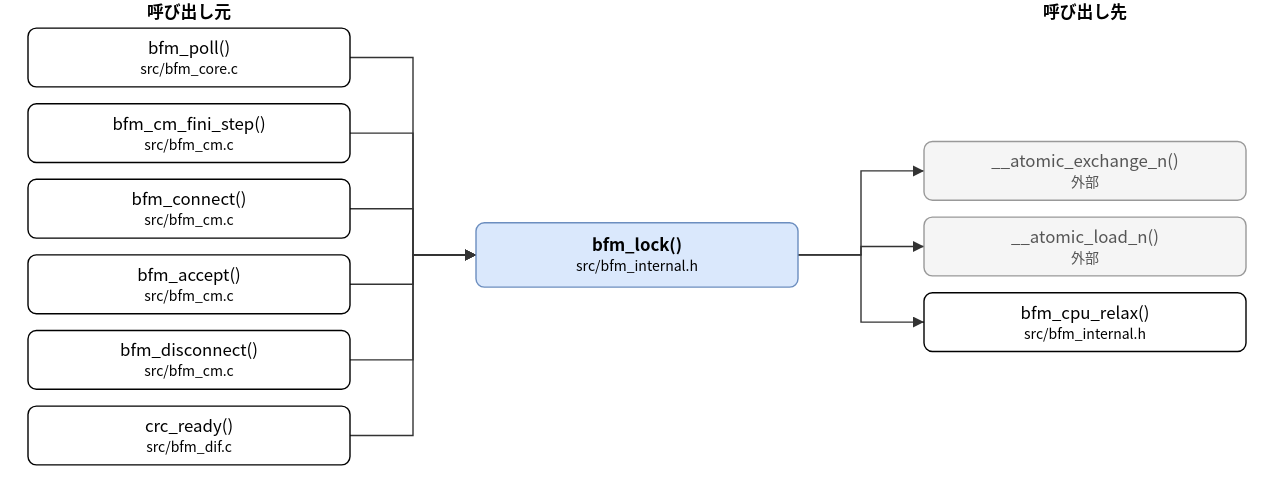
hf355051012-ai/bfmem keeps this draw.io diagram as doc/spec/images/call_src_bfm_internal-bfm_lock.drawio.svg. Above is the earlier version. Source tidied: cells renumbered, new cells last; positions are measured from the earlier drawing's top-left corner, leaving out a move shared by most shapes.
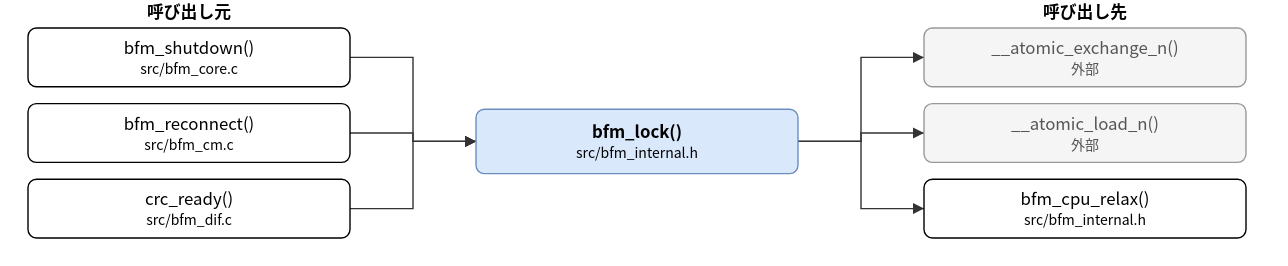
The same diagram one commit later.

Diff of the diagram source:
```diff
@@ -3,40 +3,31 @@
     <mxCell id="0" />
     <mxCell id="1" parent="0" />
     <mxCell id="2" value="bfm_lock()&lt;br&gt;&lt;font style=&quot;font-size:10px&quot;&gt;src/bfm_internal.h&lt;/font&gt;" style="rounded=1;whiteSpace=wrap;html=1;fillColor=#dae8fc;strokeColor=#6c8ebf;fontStyle=1;" parent="1" vertex="1">
-      <mxGeometry x="320" y="159" width="230" height="46" as="geometry" />
+      <mxGeometry x="320" y="78" width="230" height="46" as="geometry" />
     </mxCell>
-    <mxCell id="3" value="bfm_poll()&lt;br&gt;&lt;font style=&quot;font-size:10px&quot;&gt;src/bfm_core.c&lt;/font&gt;" style="rounded=1;whiteSpace=wrap;html=1;" parent="1" vertex="1">
+    <mxCell id="3" value="bfm_shutdown()&lt;br&gt;&lt;font style=&quot;font-size:10px&quot;&gt;src/bfm_core.c&lt;/font&gt;" style="rounded=1;whiteSpace=wrap;html=1;" parent="1" vertex="1">
       <mxGeometry y="20" width="230" height="42" as="geometry" />
     </mxCell>
-    <mxCell id="4" value="bfm_cm_fini_step()&lt;br&gt;&lt;font style=&quot;font-size:10px&quot;&gt;src/bfm_cm.c&lt;/font&gt;" style="rounded=1;whiteSpace=wrap;html=1;" parent="1" vertex="1">
+    <mxCell id="4" value="bfm_reconnect()&lt;br&gt;&lt;font style=&quot;font-size:10px&quot;&gt;src/bfm_cm.c&lt;/font&gt;" style="rounded=1;whiteSpace=wrap;html=1;" parent="1" vertex="1">
       <mxGeometry y="74" width="230" height="42" as="geometry" />
     </mxCell>
-    <mxCell id="5" value="bfm_connect()&lt;br&gt;&lt;font style=&quot;font-size:10px&quot;&gt;src/bfm_cm.c&lt;/font&gt;" style="rounded=1;whiteSpace=wrap;html=1;" parent="1" vertex="1">
+    <mxCell id="5" value="crc_ready()&lt;br&gt;&lt;font style=&quot;font-size:10px&quot;&gt;src/bfm_dif.c&lt;/font&gt;" style="rounded=1;whiteSpace=wrap;html=1;" parent="1" vertex="1">
       <mxGeometry y="128" width="230" height="42" as="geometry" />
     </mxCell>
-    <mxCell id="6" value="bfm_accept()&lt;br&gt;&lt;font style=&quot;font-size:10px&quot;&gt;src/bfm_cm.c&lt;/font&gt;" style="rounded=1;whiteSpace=wrap;html=1;" parent="1" vertex="1">
-      <mxGeometry y="182" width="230" height="42" as="geometry" />
-    </mxCell>
-    <mxCell id="7" value="bfm_disconnect()&lt;br&gt;&lt;font style=&quot;font-size:10px&quot;&gt;src/bfm_cm.c&lt;/font&gt;" style="rounded=1;whiteSpace=wrap;html=1;" parent="1" vertex="1">
-      <mxGeometry y="236" width="230" height="42" as="geometry" />
-    </mxCell>
-    <mxCell id="8" value="crc_ready()&lt;br&gt;&lt;font style=&quot;font-size:10px&quot;&gt;src/bfm_dif.c&lt;/font&gt;" style="rounded=1;whiteSpace=wrap;html=1;" parent="1" vertex="1">
-      <mxGeometry y="290" width="230" height="42" as="geometry" />
-    </mxCell>
     <mxCell id="9" value="__atomic_exchange_n()&lt;br&gt;&lt;font style=&quot;font-size:10px&quot;&gt;外部&lt;/font&gt;" style="rounded=1;whiteSpace=wrap;html=1;fillColor=#f5f5f5;strokeColor=#999999;fontColor=#555555;" parent="1" vertex="1">
-      <mxGeometry x="640" y="101" width="230" height="42" as="geometry" />
+      <mxGeometry x="640" y="20" width="230" height="42" as="geometry" />
     </mxCell>
     <mxCell id="10" value="__atomic_load_n()&lt;br&gt;&lt;font style=&quot;font-size:10px&quot;&gt;外部&lt;/font&gt;" style="rounded=1;whiteSpace=wrap;html=1;fillColor=#f5f5f5;strokeColor=#999999;fontColor=#555555;" parent="1" vertex="1">
-      <mxGeometry x="640" y="155" width="230" height="42" as="geometry" />
+      <mxGeometry x="640" y="74" width="230" height="42" as="geometry" />
     </mxCell>
     <mxCell id="11" value="bfm_cpu_relax()&lt;br&gt;&lt;font style=&quot;font-size:10px&quot;&gt;src/bfm_internal.h&lt;/font&gt;" style="rounded=1;whiteSpace=wrap;html=1;" parent="1" vertex="1">
-      <mxGeometry x="640" y="209" width="230" height="42" as="geometry" />
+      <mxGeometry x="640" y="128" width="230" height="42" as="geometry" />
     </mxCell>
     <mxCell id="12" style="edgeStyle=none;html=1;rounded=0;endArrow=block;endFill=1;exitX=1.0000;exitY=0.5000;exitDx=0;exitDy=0;exitPerimeter=0;entryX=0.0000;entryY=0.5000;entryDx=0;entryDy=0;entryPerimeter=0;" parent="1" edge="1" source="3" target="2">
       <mxGeometry relative="1" as="geometry">
         <Array as="points">
           <mxPoint x="275" y="41" />
-          <mxPoint x="275" y="182" />
+          <mxPoint x="275" y="101" />
         </Array>
       </mxGeometry>
     </mxCell>
@@ -44,7 +35,7 @@
       <mxGeometry relative="1" as="geometry">
         <Array as="points">
           <mxPoint x="275" y="95" />
-          <mxPoint x="275" y="182" />
+          <mxPoint x="275" y="101" />
         </Array>
       </mxGeometry>
     </mxCell>
@@ -52,58 +43,34 @@
       <mxGeometry relative="1" as="geometry">
         <Array as="points">
           <mxPoint x="275" y="149" />
-          <mxPoint x="275" y="182" />
+          <mxPoint x="275" y="101" />
         </Array>
       </mxGeometry>
     </mxCell>
-    <mxCell id="15" style="edgeStyle=none;html=1;rounded=0;endArrow=block;endFill=1;exitX=1.0000;exitY=0.5000;exitDx=0;exitDy=0;exitPerimeter=0;entryX=0.0000;entryY=0.5000;entryDx=0;entryDy=0;entryPerimeter=0;" parent="1" edge="1" source="6" target="2">
+    <mxCell id="15" style="edgeStyle=none;html=1;rounded=0;endArrow=block;endFill=1;exitX=1.0000;exitY=0.5000;exitDx=0;exitDy=0;exitPerimeter=0;entryX=0.0000;entryY=0.5000;entryDx=0;entryDy=0;entryPerimeter=0;" parent="1" edge="1" source="2" target="9">
       <mxGeometry relative="1" as="geometry">
         <Array as="points">
-          <mxPoint x="275" y="203" />
-          <mxPoint x="275" y="182" />
+          <mxPoint x="595" y="101" />
+          <mxPoint x="595" y="41" />
         </Array>
       </mxGeometry>
     </mxCell>
-    <mxCell id="16" style="edgeStyle=none;html=1;rounded=0;endArrow=block;endFill=1;exitX=1.0000;exitY=0.5000;exitDx=0;exitDy=0;exitPerimeter=0;entryX=0.0000;entryY=0.5000;entryDx=0;entryDy=0;entryPerimeter=0;" parent="1" edge="1" source="7" target="2">
+    <mxCell id="16" style="edgeStyle=none;html=1;rounded=0;endArrow=block;endFill=1;exitX=1.0000;exitY=0.5000;exitDx=0;exitDy=0;exitPerimeter=0;entryX=0.0000;entryY=0.5000;entryDx=0;entryDy=0;entryPerimeter=0;" parent="1" edge="1" source="2" target="10">
       <mxGeometry relative="1" as="geometry">
         <Array as="points">
-          <mxPoint x="275" y="257" />
-          <mxPoint x="275" y="182" />
+          <mxPoint x="595" y="101" />
+          <mxPoint x="595" y="95" />
         </Array>
       </mxGeometry>
     </mxCell>
-    <mxCell id="17" style="edgeStyle=none;html=1;rounded=0;endArrow=block;endFill=1;exitX=1.0000;exitY=0.5000;exitDx=0;exitDy=0;exitPerimeter=0;entryX=0.0000;entryY=0.5000;entryDx=0;entryDy=0;entryPerimeter=0;" parent="1" edge="1" source="8" target="2">
+    <mxCell id="17" style="edgeStyle=none;html=1;rounded=0;endArrow=block;endFill=1;exitX=1.0000;exitY=0.5000;exitDx=0;exitDy=0;exitPerimeter=0;entryX=0.0000;entryY=0.5000;entryDx=0;entryDy=0;entryPerimeter=0;" parent="1" edge="1" source="2" target="11">
       <mxGeometry relative="1" as="geometry">
         <Array as="points">
-          <mxPoint x="275" y="311" />
-          <mxPoint x="275" y="182" />
+          <mxPoint x="595" y="101" />
+          <mxPoint x="595" y="149" />
         </Array>
       </mxGeometry>
     </mxCell>
-    <mxCell id="18" style="edgeStyle=none;html=1;rounded=0;endArrow=block;endFill=1;exitX=1.0000;exitY=0.5000;exitDx=0;exitDy=0;exitPerimeter=0;entryX=0.0000;entryY=0.5000;entryDx=0;entryDy=0;entryPerimeter=0;" parent="1" edge="1" source="2" target="9">
-      <mxGeometry relative="1" as="geometry">
-        <Array as="points">
-          <mxPoint x="595" y="182" />
-          <mxPoint x="595" y="122" />
-        </Array>
-      </mxGeometry>
-    </mxCell>
-    <mxCell id="19" style="edgeStyle=none;html=1;rounded=0;endArrow=block;endFill=1;exitX=1.0000;exitY=0.5000;exitDx=0;exitDy=0;exitPerimeter=0;entryX=0.0000;entryY=0.5000;entryDx=0;entryDy=0;entryPerimeter=0;" parent="1" edge="1" source="2" target="10">
-      <mxGeometry relative="1" as="geometry">
-        <Array as="points">
-          <mxPoint x="595" y="182" />
-          <mxPoint x="595" y="176" />
-        </Array>
-      </mxGeometry>
-    </mxCell>
-    <mxCell id="20" style="edgeStyle=none;html=1;rounded=0;endArrow=block;endFill=1;exitX=1.0000;exitY=0.5000;exitDx=0;exitDy=0;exitPerimeter=0;entryX=0.0000;entryY=0.5000;entryDx=0;entryDy=0;entryPerimeter=0;" parent="1" edge="1" source="2" target="11">
-      <mxGeometry relative="1" as="geometry">
-        <Array as="points">
-          <mxPoint x="595" y="182" />
-          <mxPoint x="595" y="230" />
-        </Array>
-      </mxGeometry>
-    </mxCell>
     <mxCell id="21" value="呼び出し元" style="text;html=1;align=center;fontStyle=1;" parent="1" vertex="1">
       <mxGeometry x="35" width="160" height="18" as="geometry" />
     </mxCell>
```
